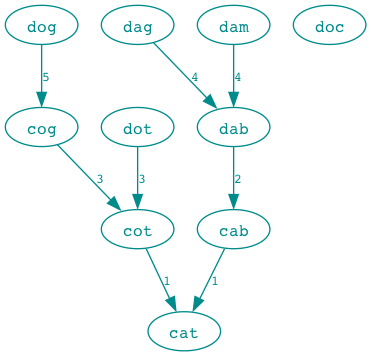
ToF-/CodeKatas keeps this Graphviz diagram as word-ladder/src/images/example-with-label.png. Above is the earlier version. Its source is kept beside it as word-ladder/src/example-with-label.gv.
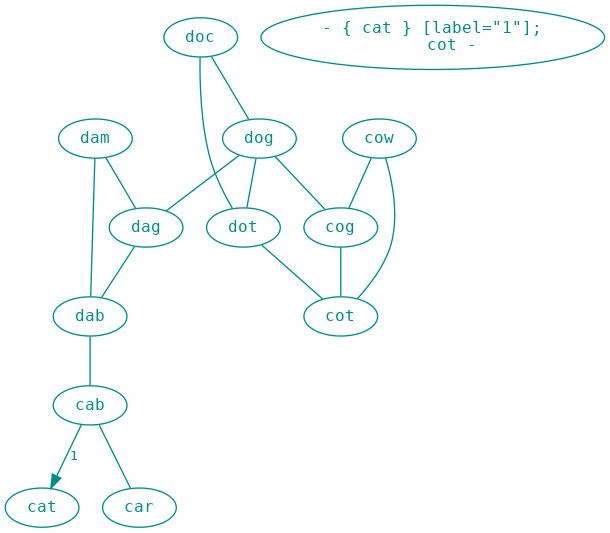
Later version of the same file.

What changed in the source:
```diff
@@ -2,13 +2,20 @@
     node [colorscheme="SVG",width=0.5,height=0.2,shape = ellipse,fontcolor="darkcyan",fontsize=12,fontname="Courier",color="darkcyan"];
     edge [colorscheme="SVG",color="darkcyan",fontcolor="darkcyan",fontsize=10,fontname="Courier"];
     cab -> { cat } [label="1"];
-    cot -> { cat } [label="1"];
-    dab -> { cab } [label="2"];
-    cog -> { cot } [label="3"];
-    dot -> { cot } [label="3"];
-    dag -> { dab } [label="4"];
-    dam -> { dab } [label="4"];
-    dog -> { cog } [label="5"];
-    doc;
-
+    cab -> { car } [dir=none];
+    car <- { cat } [label="1"];
+    cot -> { cat } [dir=none];
+    cow -> { cot } [dir=none];
+    cow -> { cog } [dir=none];
+    cog -> { cot } [dir=none];
+    dab -> { cab } [dir=none];
+    dot -> { cot } [dir=none];
+    dag -> { dab } [dir=none];
+    dam -> { dab } [dir=none];
+    dog -> { cog } [dir=none];
+    doc -> { dog } [dir=none];
+    doc -> { dot } [dir=none];
+    dog -> { dot } [dir=none];
+    dog -> { dag } [dir=none];
+    dam -> { dag } [dir=none];
 }
```
